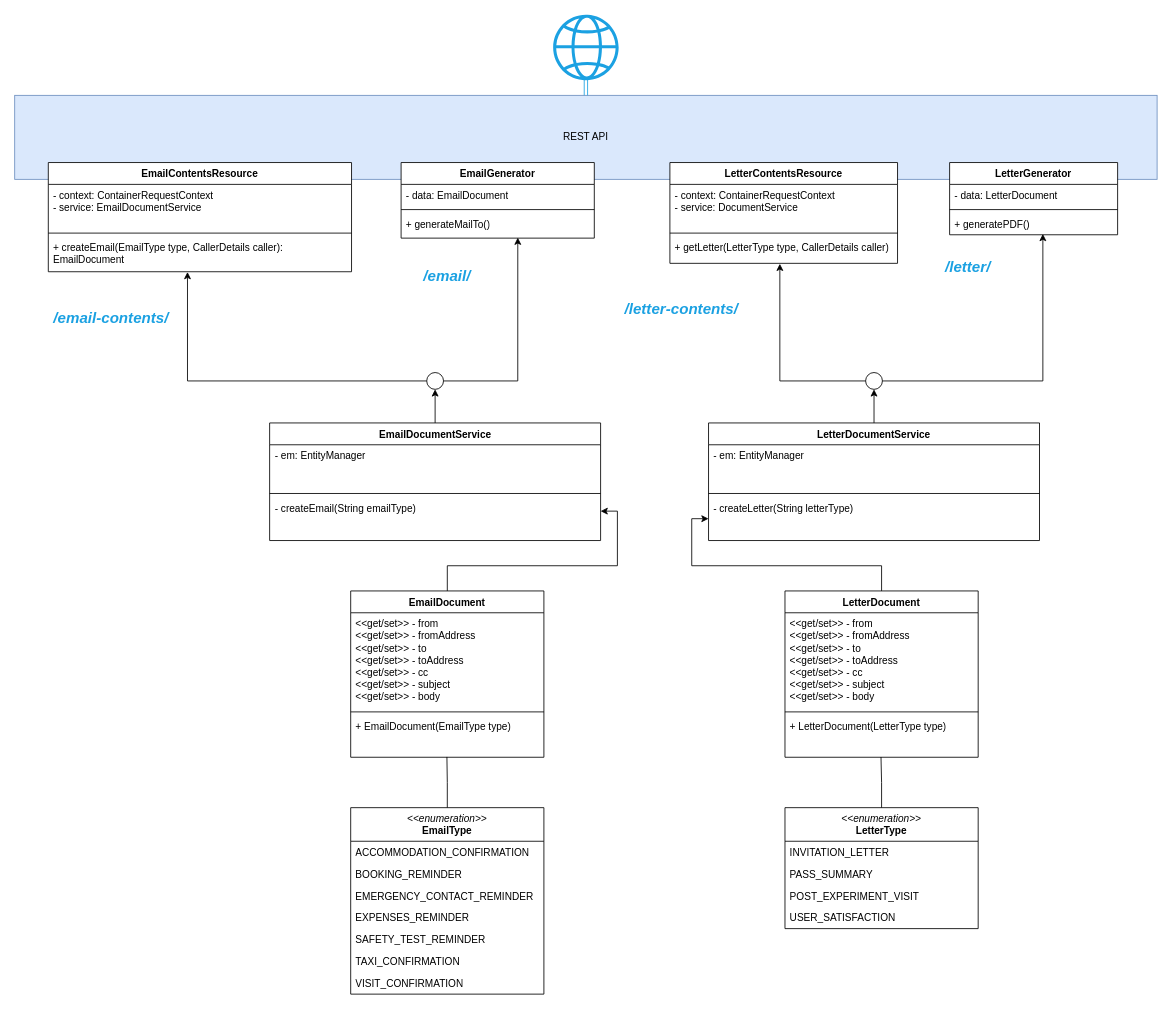
This is Document generation class diagram.drawio from ambolt314/FinalProjectDesign, a draw.io file, before an edit. Source tidied: cells renumbered, new cells numbered last; positions are measured from the earlier drawing's top-left corner, leaving out a move shared by most shapes. Both pictures are drawn from the tidied source at 84%, with x=0, y=0 at pixel (14, 14).
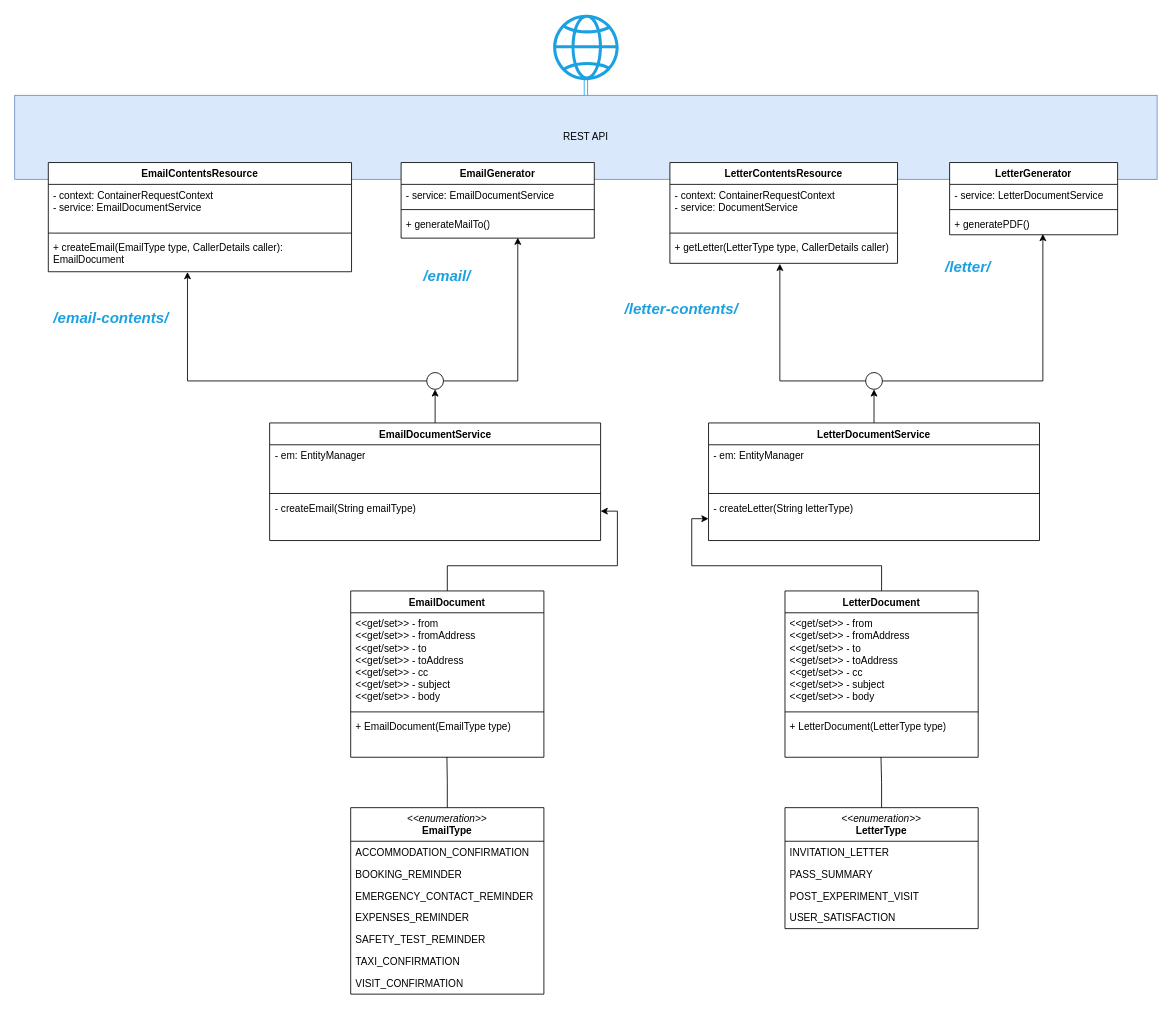
Above is the later version.

Unchanged cells that the change refers to:
```xml
<mxCell id="46" value="EmailGenerator" style="swimlane;fontStyle=1;align=center;verticalAlign=top;horizontal=1;startSize=26;whiteSpace=wrap;html=1;" parent="1" vertex="1">
  <mxGeometry x="460" y="176" width="230" height="90" as="geometry" />
</mxCell>
<mxCell id="50" value="LetterGenerator" style="swimlane;fontStyle=1;align=center;verticalAlign=top;horizontal=1;startSize=26;whiteSpace=wrap;html=1;" parent="1" vertex="1">
  <mxGeometry x="1113" y="176" width="200" height="86" as="geometry" />
</mxCell>
```

What changed in the source:
```diff
@@
-    <mxCell id="47" value="- data: EmailDocument" style="text;strokeColor=none;fillColor=none;align=left;verticalAlign=top;spacingLeft=4;spacingRight=4;overflow=hidden;whiteSpace=wrap;html=1;" parent="46" vertex="1">
+    <mxCell id="47" value="- service: EmailDocumentService" style="text;strokeColor=none;fillColor=none;align=left;verticalAlign=top;spacingLeft=4;spacingRight=4;overflow=hidden;whiteSpace=wrap;html=1;" parent="46" vertex="1">
       <mxGeometry y="26" width="230" height="26" as="geometry" />
     </mxCell>
@@
-    <mxCell id="51" value="- data: LetterDocument" style="text;strokeColor=none;fillColor=none;align=left;verticalAlign=top;spacingLeft=4;spacingRight=4;overflow=hidden;whiteSpace=wrap;html=1;" parent="50" vertex="1">
+    <mxCell id="51" value="- service: LetterDocumentService" style="text;strokeColor=none;fillColor=none;align=left;verticalAlign=top;spacingLeft=4;spacingRight=4;overflow=hidden;whiteSpace=wrap;html=1;" parent="50" vertex="1">
       <mxGeometry y="26" width="200" height="26" as="geometry" />
     </mxCell>
```
